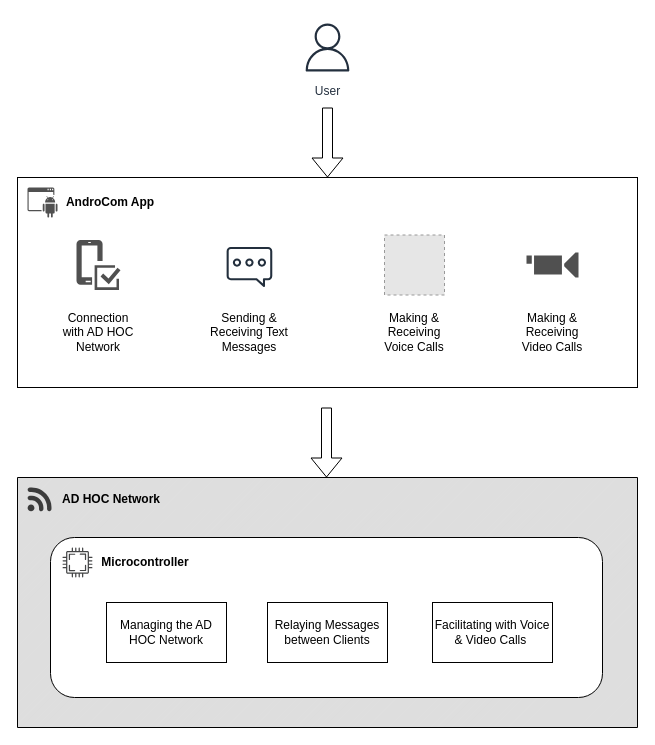
The draw.io diagram Figures/Software Architecture Diagram/Draw-io/AndroCom_SoftwareArchitectureDiagram.drawio in imharris24/AndroCom-Android, before the edit. Source tidied: cells renumbered, new cells numbered last; positions are measured from the earlier drawing's top-left corner, leaving out a move shared by most shapes. Both pictures are drawn from the tidied source at 100%, with x=0, y=0 at pixel (17, 17). Pictures stored in the file or linked from it are replaced by grey dashed boxes.
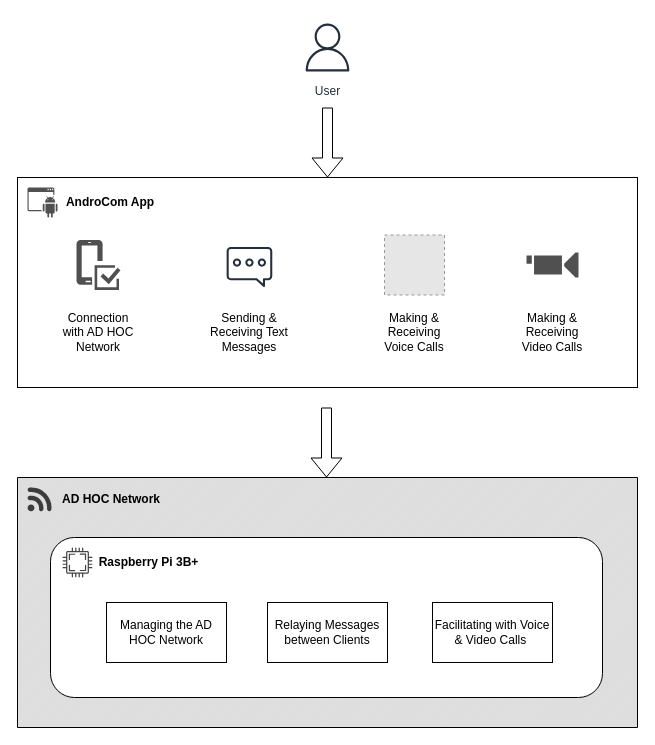
After the change.

What changed in the source:
```diff
@@
-    <mxCell id="21" value="Microcontroller" style="text;html=1;strokeColor=none;fillColor=none;align=center;verticalAlign=middle;whiteSpace=wrap;rounded=0;fontStyle=1;" parent="1" vertex="1">
-      <mxGeometry x="78" y="530" width="100" height="30" as="geometry" />
+    <mxCell id="21" value="Raspberry Pi 3B+" style="text;html=1;strokeColor=none;fillColor=none;align=center;verticalAlign=middle;whiteSpace=wrap;rounded=0;fontStyle=1;" parent="1" vertex="1">
+      <mxGeometry x="78" y="530" width="107" height="30" as="geometry" />
     </mxCell>
```
